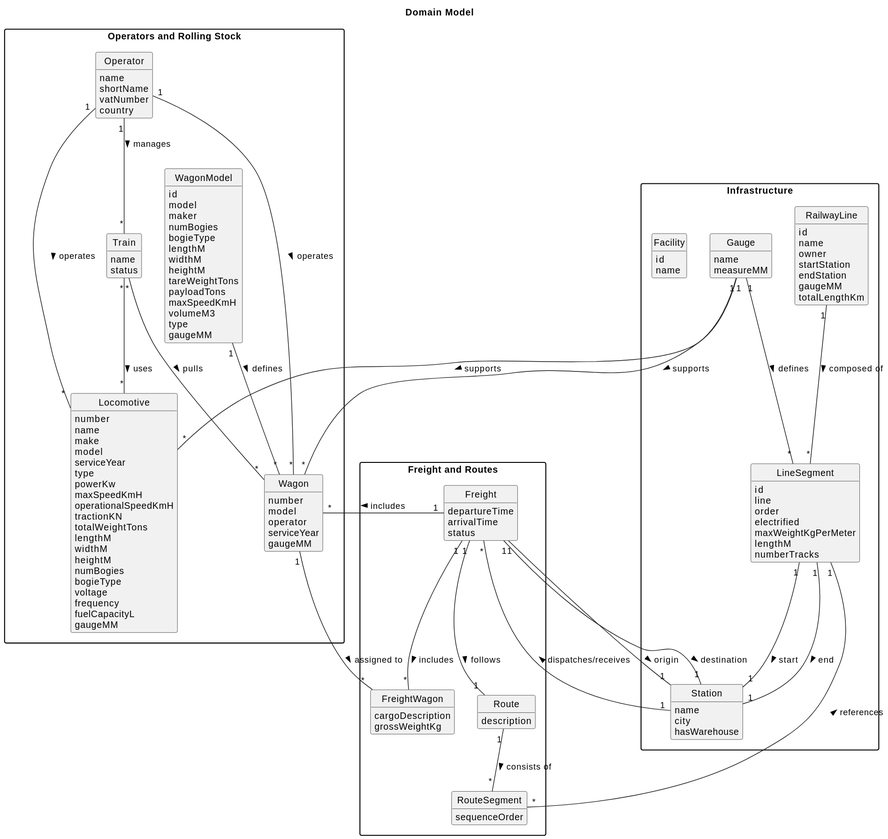
Above: definitive-structure/docs/system-documentation/global-artifacts/02.analysis/svg/domain-model.svg in AfonsoMachado1892/Logistics-on-Rails (PlantUML), before the change.
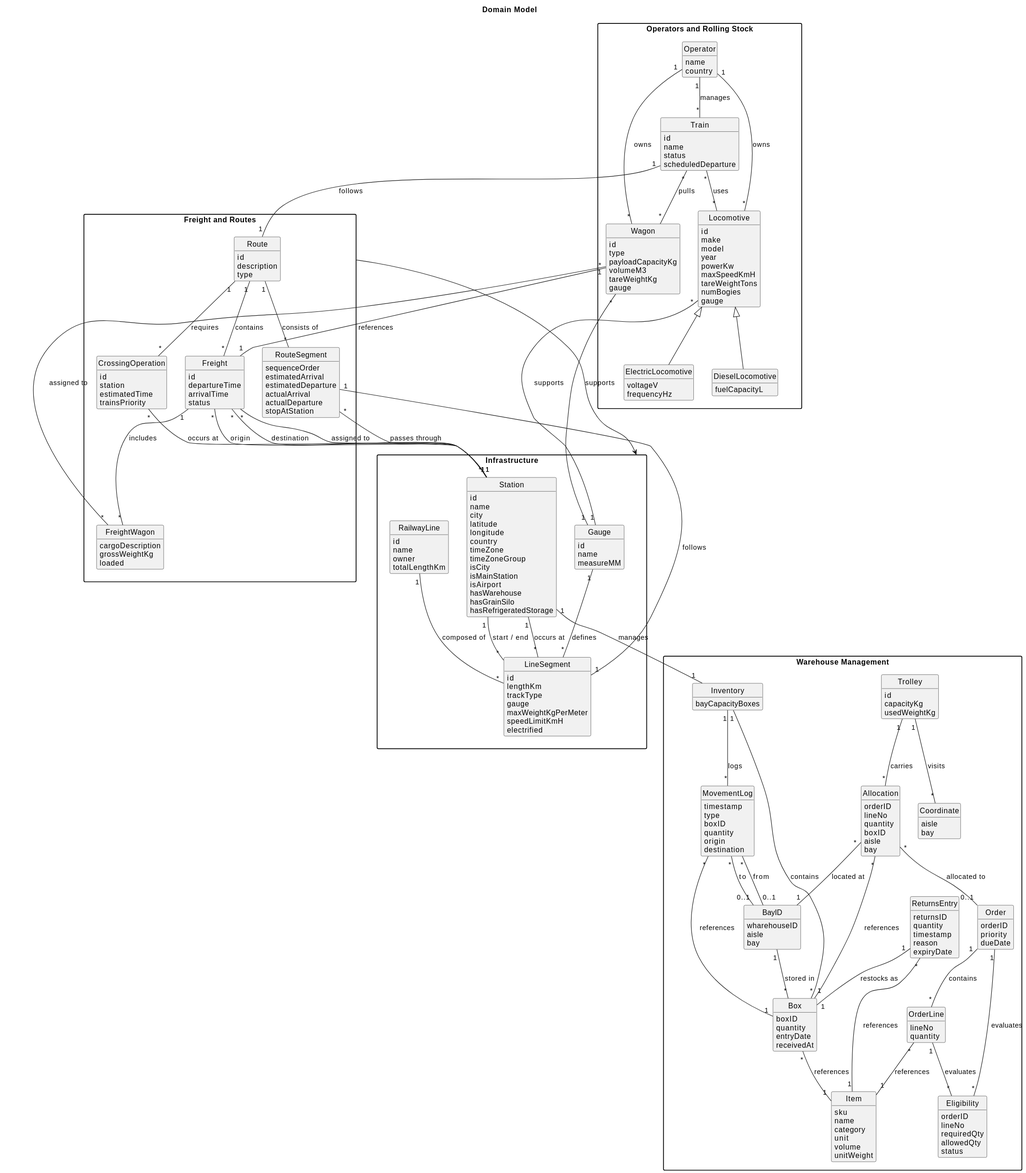
After the change.

The edit, as a diff of the source:
```diff
@@ -1,161 +1,277 @@
 @startuml
 skinparam monochrome true
 skinparam packageStyle rectangle
-skinparam shadowing false
-skinparam classAttributeIconSize 0
 hide circle
 hide methods
 
 title Domain Model
 
-
-package "Operators and Rolling Stock" {
-
-    class Operator {
-        name
-        shortName
-        vatNumber
-        country
-    }
-
-    class Locomotive {
-        number
-        name
-        make
-        model
-        serviceYear
-        type
-        powerKw
-        maxSpeedKmH
-        operationalSpeedKmH
-        tractionKN
-        totalWeightTons
-        lengthM
-        widthM
-        heightM
-        numBogies
-        bogieType
-        voltage
-        frequency
-        fuelCapacityL
-        gaugeMM
-    }
-
-    class WagonModel {
-        id
-        model
-        maker
-        numBogies
-        bogieType
-        lengthM
-        widthM
-        heightM
-        tareWeightTons
-        payloadTons
-        maxSpeedKmH
-        volumeM3
-        type
-        gaugeMM
-    }
-
-    class Wagon {
-        number
-        model
-        operator
-        serviceYear
-        gaugeMM
-    }
-
-    class Train {
-        name
-        status
-    }
-
-    Operator "1" -- "*" Locomotive : operates >
-    Operator "1" -- "*" Wagon : operates >
-    Operator "1" -- "*" Train : manages >
-    WagonModel "1" -- "*" Wagon : defines >
-    Train "*" -- "*" Locomotive : uses >
-    Train "*" -- "*" Wagon : pulls >
-}
-
+"Freight and Routes" -down-> Infrastructure
 
 package "Infrastructure" {
-
-    class Facility {
-        id
-        name
-    }
-
     class RailwayLine {
         id
         name
         owner
-        startStation
-        endStation
-        gaugeMM
         totalLengthKm
     }
 
     class LineSegment {
         id
-        line
-        order
+        lengthKm
+        trackType
+        gauge
+        maxWeightKgPerMeter
+        speedLimitKmH
         electrified
-        maxWeightKgPerMeter
-        lengthM
-        numberTracks
-    }
-
-    class Station {
-        name
-        city
-        hasWarehouse
     }
 
     class Gauge {
+        id
         name
         measureMM
     }
 
-    RailwayLine "1" -- "*" LineSegment : composed of >
-    LineSegment "1" -- "1" Station : start >
-    LineSegment "1" -- "1" Station : end >
-    Gauge "1" -- "*" LineSegment : defines >
-    Gauge "1" -- "*" Locomotive : supports >
-    Gauge "1" -- "*" Wagon : supports >
+    class Station {
+        id
+        name
+        city
+        latitude
+        longitude
+        country
+        timeZone
+        timeZoneGroup
+        isCity
+        isMainStation
+        isAirport
+        hasWarehouse
+        hasGrainSilo
+        hasRefrigeratedStorage
+    }
+
+    RailwayLine "1" -- "*" LineSegment : composed of
+    Gauge "1" -- "*" LineSegment : defines
+    Station "1" -- "*" LineSegment : occurs at
+    Station "1" -- "*" LineSegment : start / end
 }
 
+package "Freight and Routes" {
+    class Route {
+        id
+        description
+        type
+    }
 
-package "Freight and Routes" {
+    class RouteSegment {
+        sequenceOrder
+        estimatedArrival
+        estimatedDeparture
+        actualArrival
+        actualDeparture
+        stopAtStation
+    }
 
     class Freight {
+        id
         departureTime
         arrivalTime
         status
     }
 
-    class FreightWagon {
+    class CrossingOperation {
+        id
+        station
+        estimatedTime
+        trainsPriority
+    }
+
+    class FreightWagon{
         cargoDescription
         grossWeightKg
+        loaded
     }
 
-    class Route {
-        description
+    Route "1" -- "*" RouteSegment : consists of
+    Route "1" -- "*" Freight : contains
+    Route "1" -- "*" CrossingOperation : requires
+    RouteSegment "*" -- "1" Station : passes through
+    CrossingOperation "*" -- "1" Station : occurs at
+    Freight "1" -- "*" FreightWagon : includes
+    Freight "*" -- "1" Station : origin
+    Freight "*" -- "1" Station : destination
+    Freight "*" -- "*" Station : assigned to
+}
+
+package "Operators and Rolling Stock" {
+    class Operator {
+        name
+        country
     }
 
-    class RouteSegment {
-        sequenceOrder
+    class Train {
+        id
+        name
+        status
+        scheduledDeparture
     }
 
-    Freight "1" -- "*" Wagon : includes >
-    Freight "1" -- "*" FreightWagon : includes >
-    Freight "1" -- "1" Route : follows >
-    Freight "1" -- "1" Station : origin >
-    Freight "1" -- "1" Station : destination >
-    Wagon "1" -- "*" FreightWagon : assigned to >
-    Route "1" -- "*" RouteSegment : consists of >
-    RouteSegment "*" -- "1" LineSegment : references >
-    Station "1" -- "*" Freight : dispatches/receives >
+    class Locomotive {
+        id
+        make
+        model
+        year
+        powerKw
+        maxSpeedKmH
+        tareWeightTons
+        numBogies
+        gauge
+    }
+
+    class ElectricLocomotive extends Locomotive {
+        voltageV
+        frequencyHz
+    }
+
+    class DieselLocomotive extends Locomotive {
+        fuelCapacityL
+    }
+
+    class Wagon {
+        id
+        type
+        payloadCapacityKg
+        volumeM3
+        tareWeightKg
+        gauge
+    }
+
+    Operator "1" -- "*" Train : manages
+    Operator "1" -- "*" Locomotive : owns
+    Operator "1" -- "*" Wagon : owns
+
+    Train "*" -- "*" Locomotive : uses
+    Train "*" -- "*" Wagon : pulls
+    Train "1" -- "1" Route : follows
+
+    Locomotive "*" -- "1" Gauge : supports
+
+    Wagon "*" -- "1" Freight: references
+    Wagon "*" -- "1" Gauge : supports
+    Wagon "1" -- "*" FreightWagon : assigned to
 }
+
+package "Warehouse Management" {
+    class Inventory {
+        bayCapacityBoxes
+    }
+
+    class Trolley {
+        id
+        capacityKg
+        usedWeightKg
+    }
+
+    class MovementLog {
+        timestamp
+        type
+        boxID
+        quantity
+        origin
+        destination
+    }
+
+    class Allocation {
+        orderID
+        lineNo
+        quantity
+        boxID
+        aisle
+        bay
+    }
+
+    class ReturnsEntry {
+        returnsID
+        quantity
+        timestamp
+        reason
+        expiryDate
+    }
+
+    class Coordinate {
+        aisle
+        bay
+    }
+
+    class Eligibility {
+        orderID
+        lineNo
+        requiredQty
+        allowedQty
+        status
+    }
+
+    class Order {
+        orderID
+        priority
+        dueDate
+    }
+
+    class Box {
+        boxID
+        quantity
+        entryDate
+        receivedAt
+    }
+
+    class Item {
+        sku
+        name
+        category
+        unit
+        volume
+        unitWeight
+    }
+
+    class OrderLine {
+        lineNo
+        quantity
+    }
+
+    class BayID {
+        wharehouseID
+        aisle
+        bay
+    }
+
+    Station "1" -- "1" Inventory : manages
+
+    Inventory "1" -- "*" MovementLog : logs
+    Inventory "1" -- "*" Box : contains
+
+    Trolley "1" -- "*" Allocation : carries
+    Trolley "1" -- "*" Coordinate : visits
+
+    MovementLog "*" -- "0..1" BayID : from
+    MovementLog "*" -- "0..1" BayID : to
+    MovementLog "*" -- "1" Box : references
+
+    Allocation "*" -- "1" BayID : located at
+    Allocation "*" -- "1" Box : references
+    Allocation "*" -- "0..1" Order: allocated to
+
+    ReturnsEntry "1" -- "1" Box : restocks as
+    ReturnsEntry "*" -- "1" Item : references
+
+    BayID "1" -- "*" Box : stored in
+
+    Order "1" -- "*" OrderLine : contains
+    Order "1" -- "*" Eligibility : evaluates
+
+    OrderLine "*" -- "1" Item : references
+    OrderLine "1" -- "*" Eligibility : evaluates
+
+    Box "*" -- "1" Item : references
+}
+
+RouteSegment "1" -- "1" LineSegment : follows
 @enduml
```
